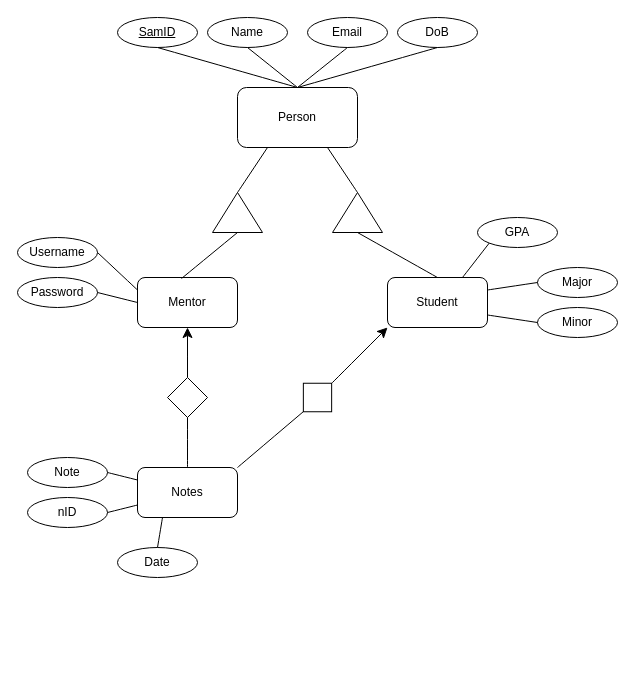
Above: studentDB.drawio in Trravo/TB-studentDatabase (draw.io), before the change. Source tidied: cells renumbered, new cells numbered last; positions are measured from the earlier drawing's top-left corner, leaving out a move shared by most shapes. Both pictures are drawn from the tidied source at 100%, with x=0, y=0 at pixel (17, 17).
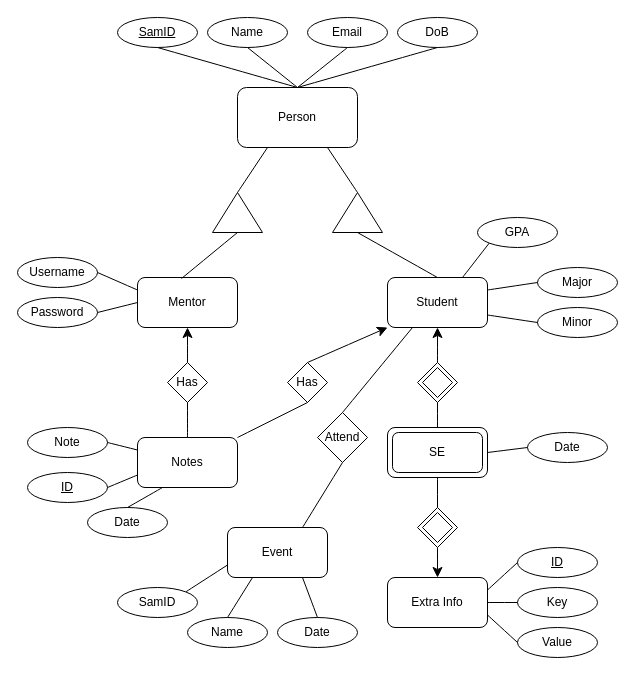
After the change.

Unchanged cells that the change refers to:
```xml
<mxCell id="16" value="Student" style="rounded=1;whiteSpace=wrap;html=1;" parent="1" vertex="1">
  <mxGeometry x="370" y="260" width="100" height="50" as="geometry" />
</mxCell>
```

What changed in the source:
```diff
@@
     <mxCell id="19" value="Username" style="ellipse;whiteSpace=wrap;html=1;" parent="1" vertex="1">
-      <mxGeometry y="220" width="80" height="30" as="geometry" />
+      <mxGeometry y="240" width="80" height="30" as="geometry" />
     </mxCell>
     <mxCell id="20" value="Password" style="ellipse;whiteSpace=wrap;html=1;" parent="1" vertex="1">
-      <mxGeometry y="260" width="80" height="30" as="geometry" />
+      <mxGeometry y="280" width="80" height="30" as="geometry" />
     </mxCell>
@@
-    <mxCell id="24" style="rhombus;whiteSpace=wrap;html=1;" parent="1" vertex="1">
-      <mxGeometry x="150" y="360" width="40" height="40" as="geometry" />
+    <mxCell id="24" value="Has" style="rhombus;whiteSpace=wrap;html=1;" parent="1" vertex="1">
+      <mxGeometry x="150" y="345" width="40" height="40" as="geometry" />
     </mxCell>
@@
     <mxCell id="27" value="Notes" style="rounded=1;whiteSpace=wrap;html=1;" parent="1" vertex="1">
-      <mxGeometry x="120" y="450" width="100" height="50" as="geometry" />
+      <mxGeometry x="120" y="420" width="100" height="50" as="geometry" />
     </mxCell>
     <mxCell id="28" value="Date" style="ellipse;whiteSpace=wrap;html=1;" parent="1" vertex="1">
-      <mxGeometry x="100" y="530" width="80" height="30" as="geometry" />
+      <mxGeometry x="70" y="490" width="80" height="30" as="geometry" />
     </mxCell>
     <mxCell id="29" value="Note" style="ellipse;whiteSpace=wrap;html=1;" parent="1" vertex="1">
-      <mxGeometry x="10" y="440" width="80" height="30" as="geometry" />
+      <mxGeometry x="10" y="410" width="80" height="30" as="geometry" />
     </mxCell>
-    <mxCell id="30" value="nID" style="ellipse;whiteSpace=wrap;html=1;" parent="1" vertex="1">
-      <mxGeometry x="10" y="480" width="80" height="30" as="geometry" />
+    <mxCell id="30" value="&lt;u&gt;ID&lt;/u&gt;" style="ellipse;whiteSpace=wrap;html=1;" parent="1" vertex="1">
+      <mxGeometry x="10" y="455" width="80" height="30" as="geometry" />
     </mxCell>
@@
-    <mxCell id="34" style="rhombus;whiteSpace=wrap;html=1;rotation=45;" parent="1" vertex="1">
-      <mxGeometry x="280" y="360" width="40" height="40" as="geometry" />
-    </mxCell>
-    <mxCell id="35" style="endArrow=classic;html=1;rounded=0;fontSize=12;startSize=8;endSize=8;curved=1;exitX=0.5;exitY=0;exitDx=0;exitDy=0;entryX=0;entryY=1;entryDx=0;entryDy=0;" parent="1" edge="1" source="34" target="16">
+    <mxCell id="35" style="endArrow=classic;html=1;rounded=0;fontSize=12;startSize=8;endSize=8;curved=1;exitX=0.5;exitY=0;exitDx=0;exitDy=0;entryX=0;entryY=1;entryDx=0;entryDy=0;" parent="1" edge="1" source="64" target="16">
       <mxGeometry relative="1" as="geometry" />
     </mxCell>
-    <mxCell id="36" style="endArrow=none;html=1;rounded=0;fontSize=12;startSize=8;endSize=8;curved=1;entryX=0.5;entryY=1;entryDx=0;entryDy=0;exitX=1;exitY=0;exitDx=0;exitDy=0;" parent="1" edge="1" source="27" target="34">
+    <mxCell id="36" style="endArrow=none;html=1;rounded=0;fontSize=12;startSize=8;endSize=8;curved=1;entryX=0.5;entryY=1;entryDx=0;entryDy=0;exitX=1;exitY=0;exitDx=0;exitDy=0;" parent="1" edge="1" source="27" target="64">
       <mxGeometry relative="1" as="geometry" />
     </mxCell>
@@
+    <mxCell id="43" style="rhombus;whiteSpace=wrap;html=1;" parent="1" vertex="1">
+      <mxGeometry x="400" y="345" width="40" height="40" as="geometry" />
+    </mxCell>
+    <mxCell id="44" style="rhombus;whiteSpace=wrap;html=1;" parent="1" vertex="1">
+      <mxGeometry x="405" y="350" width="30" height="30" as="geometry" />
+    </mxCell>
+    <mxCell id="45" style="endArrow=classic;html=1;rounded=0;fontSize=12;startSize=8;endSize=8;curved=1;exitX=0.5;exitY=0;exitDx=0;exitDy=0;entryX=0.5;entryY=1;entryDx=0;entryDy=0;" parent="1" edge="1" source="43" target="16">
+      <mxGeometry relative="1" as="geometry" />
+    </mxCell>
+    <mxCell id="46" style="endArrow=none;html=1;rounded=0;fontSize=12;startSize=8;endSize=8;curved=1;entryX=0.5;entryY=1;entryDx=0;entryDy=0;exitX=0.5;exitY=0;exitDx=0;exitDy=0;" parent="1" edge="1" source="47" target="43">
+      <mxGeometry relative="1" as="geometry" />
+    </mxCell>
+    <mxCell id="47" style="rounded=1;whiteSpace=wrap;html=1;" parent="1" vertex="1">
+      <mxGeometry x="370" y="410" width="100" height="50" as="geometry" />
+    </mxCell>
+    <mxCell id="48" value="SE" style="rounded=1;whiteSpace=wrap;html=1;" parent="1" vertex="1">
+      <mxGeometry x="375" y="415" width="90" height="40" as="geometry" />
+    </mxCell>
+    <mxCell id="49" style="rhombus;whiteSpace=wrap;html=1;" parent="1" vertex="1">
+      <mxGeometry x="400" y="490" width="40" height="40" as="geometry" />
+    </mxCell>
+    <mxCell id="50" style="rhombus;whiteSpace=wrap;html=1;" parent="1" vertex="1">
+      <mxGeometry x="405" y="495" width="30" height="30" as="geometry" />
+    </mxCell>
+    <mxCell id="51" style="endArrow=none;html=1;rounded=0;fontSize=12;startSize=8;endSize=8;curved=1;exitX=0.5;exitY=1;exitDx=0;exitDy=0;entryX=0.5;entryY=0;entryDx=0;entryDy=0;" parent="1" edge="1" source="47" target="49">
+      <mxGeometry relative="1" as="geometry" />
+    </mxCell>
+    <mxCell id="52" style="endArrow=classic;html=1;rounded=0;fontSize=12;startSize=8;endSize=8;curved=1;exitX=0.5;exitY=1;exitDx=0;exitDy=0;entryX=0.5;entryY=0;entryDx=0;entryDy=0;" parent="1" edge="1" source="49" target="53">
+      <mxGeometry relative="1" as="geometry" />
+    </mxCell>
+    <mxCell id="53" value="Extra Info" style="rounded=1;whiteSpace=wrap;html=1;" parent="1" vertex="1">
+      <mxGeometry x="370" y="560" width="100" height="50" as="geometry" />
+    </mxCell>
+    <mxCell id="54" value="Date" style="ellipse;whiteSpace=wrap;html=1;" parent="1" vertex="1">
+      <mxGeometry x="510" y="415" width="80" height="30" as="geometry" />
+    </mxCell>
+    <mxCell id="55" value="Value" style="ellipse;whiteSpace=wrap;html=1;" parent="1" vertex="1">
+      <mxGeometry x="500" y="610" width="80" height="30" as="geometry" />
+    </mxCell>
+    <mxCell id="56" value="Key" style="ellipse;whiteSpace=wrap;html=1;" parent="1" vertex="1">
+      <mxGeometry x="500" y="570" width="80" height="30" as="geometry" />
+    </mxCell>
+    <mxCell id="57" value="&lt;u&gt;ID&lt;/u&gt;" style="ellipse;whiteSpace=wrap;html=1;" parent="1" vertex="1">
+      <mxGeometry x="500" y="530" width="80" height="30" as="geometry" />
+    </mxCell>
+    <mxCell id="58" style="endArrow=none;html=1;rounded=0;fontSize=12;startSize=8;endSize=8;curved=1;entryX=0;entryY=0.5;entryDx=0;entryDy=0;exitX=1;exitY=0.25;exitDx=0;exitDy=0;" parent="1" edge="1" source="53" target="57">
+      <mxGeometry relative="1" as="geometry" />
+    </mxCell>
+    <mxCell id="59" style="endArrow=none;html=1;rounded=0;fontSize=12;startSize=8;endSize=8;curved=1;entryX=0;entryY=0.5;entryDx=0;entryDy=0;exitX=1;exitY=0.5;exitDx=0;exitDy=0;" parent="1" edge="1" source="53" target="56">
+      <mxGeometry relative="1" as="geometry" />
+    </mxCell>
+    <mxCell id="60" style="endArrow=none;html=1;rounded=0;fontSize=12;startSize=8;endSize=8;curved=1;entryX=0;entryY=0.5;entryDx=0;entryDy=0;exitX=1;exitY=0.75;exitDx=0;exitDy=0;" parent="1" edge="1" source="53" target="55">
+      <mxGeometry relative="1" as="geometry" />
+    </mxCell>
+    <mxCell id="61" style="endArrow=none;html=1;rounded=0;fontSize=12;startSize=8;endSize=8;curved=1;entryX=0;entryY=0.5;entryDx=0;entryDy=0;exitX=1;exitY=0.5;exitDx=0;exitDy=0;" parent="1" edge="1" source="47" target="54">
+      <mxGeometry relative="1" as="geometry" />
+    </mxCell>
+    <mxCell id="62" value="Event" style="rounded=1;whiteSpace=wrap;html=1;" parent="1" vertex="1">
+      <mxGeometry x="210" y="510" width="100" height="50" as="geometry" />
+    </mxCell>
+    <mxCell id="63" value="Attend" style="rhombus;whiteSpace=wrap;html=1;" parent="1" vertex="1">
+      <mxGeometry x="300" y="395" width="50" height="50" as="geometry" />
+    </mxCell>
+    <mxCell id="64" value="Has" style="rhombus;whiteSpace=wrap;html=1;" parent="1" vertex="1">
+      <mxGeometry x="270" y="345" width="40" height="40" as="geometry" />
+    </mxCell>
+    <mxCell id="65" style="endArrow=none;html=1;rounded=0;fontSize=12;startSize=8;endSize=8;curved=1;entryX=0.25;entryY=1;entryDx=0;entryDy=0;exitX=0.5;exitY=0;exitDx=0;exitDy=0;" parent="1" edge="1" source="63" target="16">
+      <mxGeometry relative="1" as="geometry" />
+    </mxCell>
+    <mxCell id="66" style="endArrow=none;html=1;rounded=0;fontSize=12;startSize=8;endSize=8;curved=1;entryX=0.5;entryY=1;entryDx=0;entryDy=0;exitX=0.75;exitY=0;exitDx=0;exitDy=0;" parent="1" edge="1" source="62" target="63">
+      <mxGeometry relative="1" as="geometry" />
+    </mxCell>
+    <mxCell id="67" value="SamID" style="ellipse;whiteSpace=wrap;html=1;" parent="1" vertex="1">
+      <mxGeometry x="100" y="570" width="80" height="30" as="geometry" />
+    </mxCell>
+    <mxCell id="68" value="Name" style="ellipse;whiteSpace=wrap;html=1;" parent="1" vertex="1">
+      <mxGeometry x="170" y="600" width="80" height="30" as="geometry" />
+    </mxCell>
+    <mxCell id="69" value="Date" style="ellipse;whiteSpace=wrap;html=1;" parent="1" vertex="1">
+      <mxGeometry x="260" y="600" width="80" height="30" as="geometry" />
+    </mxCell>
+    <mxCell id="70" style="endArrow=none;html=1;rounded=0;fontSize=12;startSize=8;endSize=8;curved=1;entryX=0;entryY=0.75;entryDx=0;entryDy=0;exitX=1;exitY=0;exitDx=0;exitDy=0;" parent="1" edge="1" source="67" target="62">
+      <mxGeometry relative="1" as="geometry" />
+    </mxCell>
+    <mxCell id="71" style="endArrow=none;html=1;rounded=0;fontSize=12;startSize=8;endSize=8;curved=1;entryX=0.25;entryY=1;entryDx=0;entryDy=0;exitX=0.5;exitY=0;exitDx=0;exitDy=0;" parent="1" edge="1" source="68" target="62">
+      <mxGeometry relative="1" as="geometry" />
+    </mxCell>
+    <mxCell id="72" style="endArrow=none;html=1;rounded=0;fontSize=12;startSize=8;endSize=8;curved=1;entryX=0.75;entryY=1;entryDx=0;entryDy=0;exitX=0.5;exitY=0;exitDx=0;exitDy=0;" parent="1" edge="1" source="69" target="62">
+      <mxGeometry relative="1" as="geometry" />
+    </mxCell>
```
